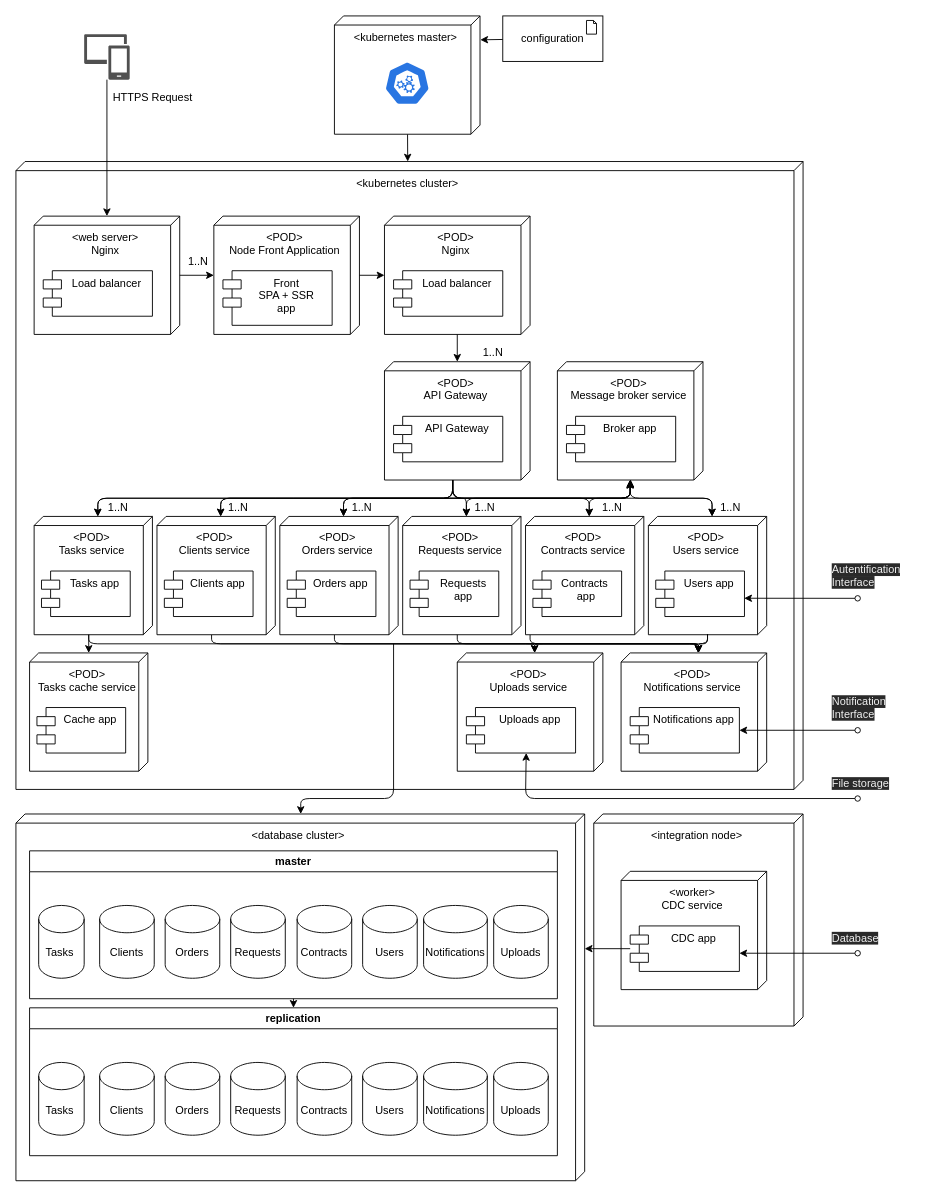
Before: Deployment/deployment.drawio in mrr000/gb-coursework, a draw.io diagram. Source tidied: cells renumbered, new cells numbered last; positions are measured from the earlier drawing's top-left corner, leaving out a move shared by most shapes. Both pictures are drawn from the tidied source at 91%, with x=0, y=0 at pixel (15, 15).
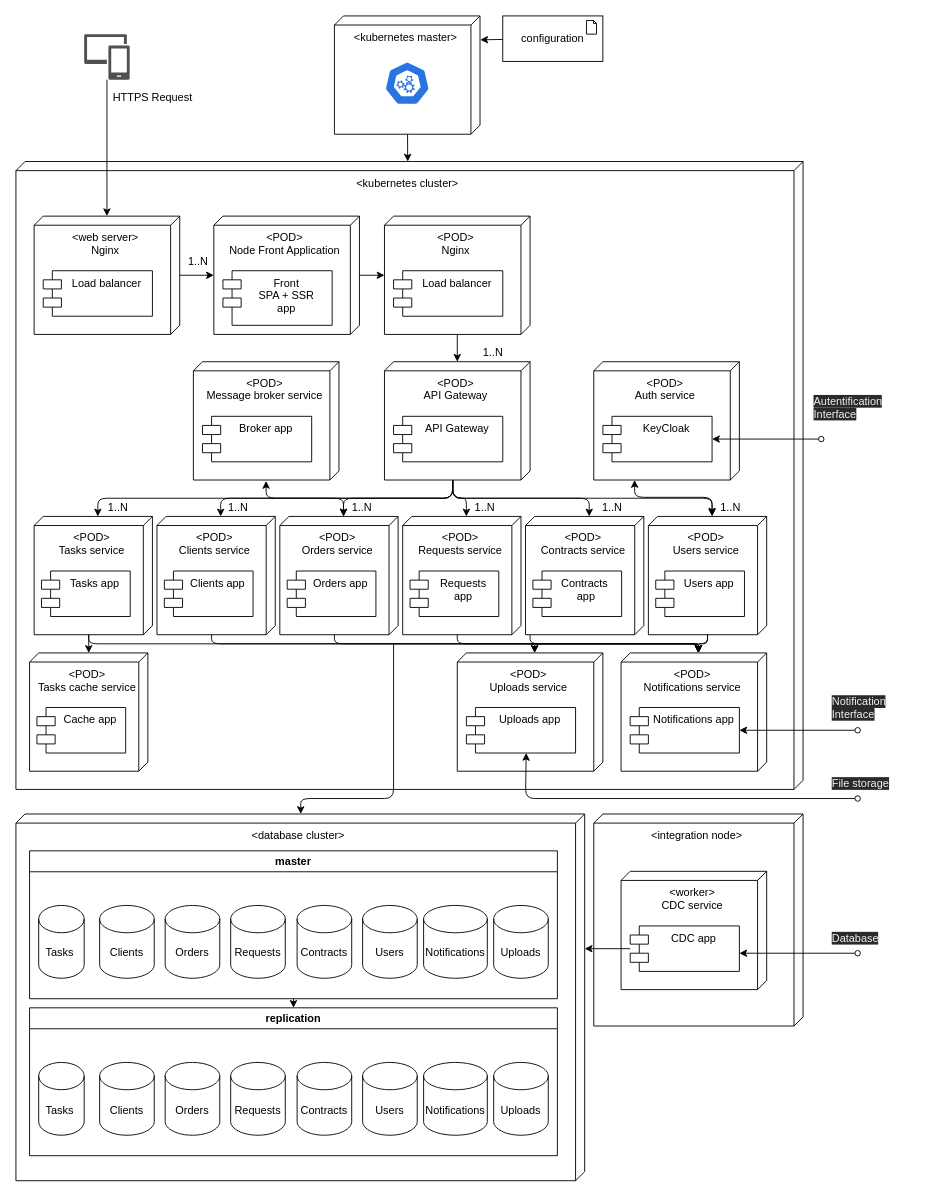
The same page after the edit.

Commit message (it also covers changes not shown here):
deploy: add keycloak

The change refers to these unchanged cells:
```xml
<mxCell id="25" value="&amp;lt;POD&amp;gt;&lt;br&gt;Tasks service" style="verticalAlign=top;align=center;shape=cube;size=10;direction=south;html=1;boundedLbl=1;spacingLeft=5;" parent="24" vertex="1">
  <mxGeometry width="130" height="130" as="geometry" />
</mxCell>
<mxCell id="28" value="&amp;lt;POD&amp;gt;&lt;br&gt;Message broker service" style="verticalAlign=top;align=center;shape=cube;size=10;direction=south;html=1;boundedLbl=1;spacingLeft=5;" parent="27" vertex="1">
  <mxGeometry width="160" height="130" as="geometry" />
</mxCell>
<mxCell id="83" value="&amp;lt;POD&amp;gt;&lt;br&gt;Users service" style="verticalAlign=top;align=center;shape=cube;size=10;direction=south;html=1;boundedLbl=1;spacingLeft=5;" parent="82" vertex="1">
  <mxGeometry width="130" height="130" as="geometry" />
</mxCell>
<mxCell id="84" value="Users app" style="shape=module;align=left;spacingLeft=20;align=center;verticalAlign=top;" parent="82" vertex="1">
  <mxGeometry x="8.1" y="60" width="97.5" height="50" as="geometry" />
</mxCell>
<mxCell id="91" value="&amp;lt;POD&amp;gt;&lt;br&gt;Requests service" style="verticalAlign=top;align=center;shape=cube;size=10;direction=south;html=1;boundedLbl=1;spacingLeft=5;" parent="90" vertex="1">
  <mxGeometry width="130" height="130" as="geometry" />
</mxCell>
<mxCell id="94" value="&amp;lt;POD&amp;gt;&lt;br&gt;Clients service" style="verticalAlign=top;align=center;shape=cube;size=10;direction=south;html=1;boundedLbl=1;spacingLeft=5;" parent="93" vertex="1">
  <mxGeometry width="130" height="130" as="geometry" />
</mxCell>
<mxCell id="97" value="&amp;lt;POD&amp;gt;&lt;br&gt;Orders service" style="verticalAlign=top;align=center;shape=cube;size=10;direction=south;html=1;boundedLbl=1;spacingLeft=5;" parent="96" vertex="1">
  <mxGeometry width="130" height="130" as="geometry" />
</mxCell>
<mxCell id="100" value="&amp;lt;POD&amp;gt;&lt;br&gt;Contracts service" style="verticalAlign=top;align=center;shape=cube;size=10;direction=south;html=1;boundedLbl=1;spacingLeft=5;" parent="99" vertex="1">
  <mxGeometry width="130" height="130" as="geometry" />
</mxCell>
```

Change to the diagram source:
```diff
@@
     <mxCell id="27" style="group;" parent="1" vertex="1">
-      <mxGeometry x="595" y="380" width="160" height="130" as="geometry" />
+      <mxGeometry x="195" y="380" width="160" height="130" as="geometry" />
     </mxCell>
@@
-    <mxCell id="85" style="edgeStyle=none;html=1;startArrow=classic;startFill=1;endArrow=oval;endFill=0;exitX=0.997;exitY=0.598;exitDx=0;exitDy=0;exitPerimeter=0;" parent="1" edge="1" source="84">
-      <mxGeometry relative="1" as="geometry">
-        <mxPoint x="925" y="640" as="targetPoint" />
-      </mxGeometry>
-    </mxCell>
     <mxCell id="86" value="&lt;span style=&quot;color: rgb(240 , 240 , 240) ; font-family: &amp;#34;helvetica&amp;#34; ; font-size: 12px ; font-style: normal ; font-weight: 400 ; letter-spacing: normal ; text-align: center ; text-indent: 0px ; text-transform: none ; word-spacing: 0px ; background-color: rgb(42 , 42 , 42) ; display: inline ; float: none&quot;&gt;Autentification&lt;br&gt;Interface&lt;/span&gt;" style="text;whiteSpace=wrap;html=1;fillColor=none;" parent="1" vertex="1">
-      <mxGeometry x="895" y="595" width="110" height="40" as="geometry" />
+      <mxGeometry x="875" y="410" width="110" height="40" as="geometry" />
     </mxCell>
@@
-    <mxCell id="114" style="edgeStyle=none;html=1;entryX=0;entryY=0;entryDx=0;entryDy=60;entryPerimeter=0;startArrow=classic;startFill=1;" parent="1" edge="1" source="28" target="83">
-      <mxGeometry relative="1" as="geometry">
-        <Array as="points">
-          <mxPoint x="675" y="530" />
-          <mxPoint x="765" y="530" />
-        </Array>
-      </mxGeometry>
-    </mxCell>
-    <mxCell id="115" style="edgeStyle=none;html=1;exitX=0.993;exitY=0.498;exitDx=0;exitDy=0;exitPerimeter=0;entryX=0;entryY=0;entryDx=0;entryDy=60;entryPerimeter=0;startArrow=classic;startFill=1;" parent="1" edge="1" source="28" target="100">
-      <mxGeometry relative="1" as="geometry">
-        <Array as="points">
-          <mxPoint x="675" y="530" />
-          <mxPoint x="630" y="530" />
-        </Array>
-      </mxGeometry>
-    </mxCell>
-    <mxCell id="116" style="edgeStyle=none;html=1;startArrow=classic;startFill=1;entryX=0;entryY=0;entryDx=0;entryDy=60;entryPerimeter=0;exitX=1;exitY=0.5;exitDx=0;exitDy=0;exitPerimeter=0;" parent="1" edge="1" source="28" target="91">
-      <mxGeometry relative="1" as="geometry">
-        <Array as="points">
-          <mxPoint x="675" y="530" />
-          <mxPoint x="495" y="530" />
-        </Array>
-      </mxGeometry>
-    </mxCell>
     <mxCell id="117" style="edgeStyle=none;html=1;exitX=1.008;exitY=0.501;exitDx=0;exitDy=0;exitPerimeter=0;entryX=0;entryY=0;entryDx=0;entryDy=60;entryPerimeter=0;startArrow=classic;startFill=1;" parent="1" edge="1" source="28" target="97">
       <mxGeometry relative="1" as="geometry">
         <Array as="points">
-          <mxPoint x="675" y="530" />
+          <mxPoint x="275" y="530" />
           <mxPoint x="360" y="530" />
         </Array>
       </mxGeometry>
     </mxCell>
-    <mxCell id="118" style="edgeStyle=none;html=1;entryX=0;entryY=0;entryDx=0;entryDy=60;entryPerimeter=0;startArrow=classic;startFill=1;" parent="1" edge="1" target="94">
-      <mxGeometry relative="1" as="geometry">
-        <mxPoint x="675" y="510" as="sourcePoint" />
-        <Array as="points">
-          <mxPoint x="675" y="530" />
-          <mxPoint x="225" y="530" />
-        </Array>
-      </mxGeometry>
-    </mxCell>
-    <mxCell id="119" style="edgeStyle=none;html=1;startArrow=classic;startFill=1;entryX=0;entryY=0;entryDx=0;entryDy=60;entryPerimeter=0;" parent="1" edge="1" target="25">
-      <mxGeometry relative="1" as="geometry">
-        <mxPoint x="675" y="510" as="sourcePoint" />
-        <Array as="points">
-          <mxPoint x="675" y="530" />
-          <mxPoint x="90" y="530" />
-        </Array>
-      </mxGeometry>
+    <mxCell id="119" style="group;" parent="1" vertex="1">
+      <mxGeometry x="635" y="380" width="160" height="130" as="geometry" />
     </mxCell>
+    <mxCell id="120" value="&amp;lt;POD&amp;gt;&lt;br&gt;Auth service" style="verticalAlign=top;align=center;shape=cube;size=10;direction=south;html=1;boundedLbl=1;spacingLeft=5;" parent="119" vertex="1">
+      <mxGeometry width="160" height="130" as="geometry" />
+    </mxCell>
+    <mxCell id="121" value="KeyCloak" style="shape=module;align=left;spacingLeft=20;align=center;verticalAlign=top;" parent="119" vertex="1">
+      <mxGeometry x="10" y="60" width="120" height="50" as="geometry" />
+    </mxCell>
+    <mxCell id="122" style="edgeStyle=none;html=1;exitX=1.008;exitY=0.501;exitDx=0;exitDy=0;exitPerimeter=0;entryX=0;entryY=0;entryDx=0;entryDy=60;entryPerimeter=0;startArrow=classic;startFill=1;" parent="1" edge="1">
+      <mxGeometry relative="1" as="geometry">
+        <mxPoint x="679.8" y="510" as="sourcePoint" />
+        <mxPoint x="765" y="549" as="targetPoint" />
+        <Array as="points">
+          <mxPoint x="680" y="529" />
+          <mxPoint x="765" y="529" />
+        </Array>
+      </mxGeometry>
+    </mxCell>
+    <mxCell id="85" style="edgeStyle=none;html=1;startArrow=classic;startFill=1;endArrow=oval;endFill=0;exitX=1;exitY=0.5;exitDx=0;exitDy=0;" parent="1" edge="1" source="121">
+      <mxGeometry relative="1" as="geometry">
+        <mxPoint x="885" y="465" as="targetPoint" />
+      </mxGeometry>
+    </mxCell>
```
